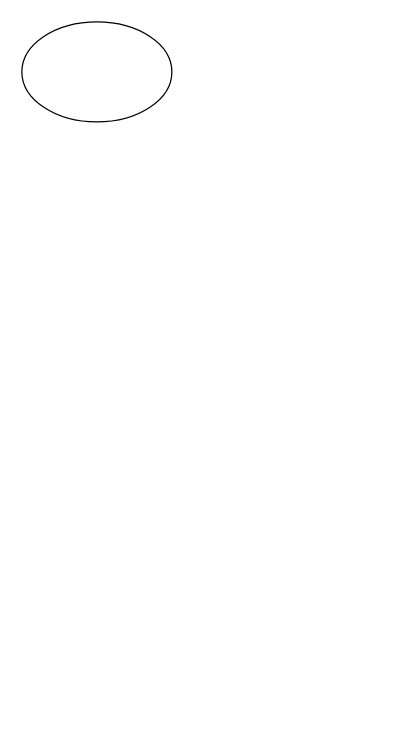
chenyuanqi/diagrams keeps this draw.io diagram as 未命名绘图.drawio. Above is the earlier version. Source tidied: cells renumbered, new cells numbered last; positions are measured from the earlier drawing's top-left corner, leaving out a move shared by most shapes. Both pictures are drawn from the tidied source at 125%, with x=0, y=0 at pixel (21, 21).
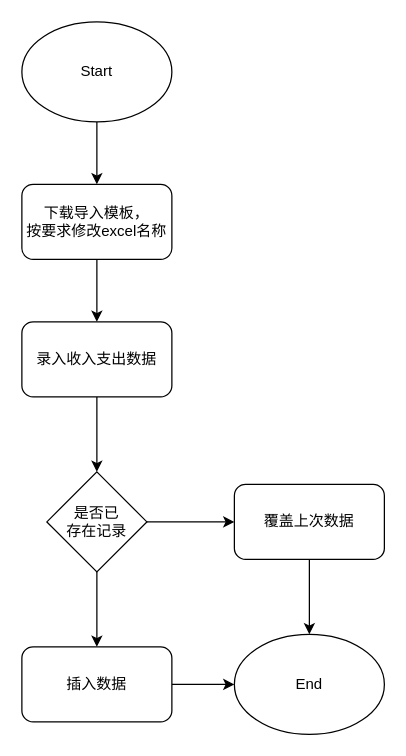
After the change.

The edit, as a diff of the source:
```diff
@@
 <mxGraphModel>
   <root>
     <mxCell id="0" />
     <mxCell id="1" parent="0" />
+    <mxCell id="3" style="edgeStyle=orthogonalEdgeStyle;rounded=0;jettySize=auto;html=1;exitX=0.5;exitY=1;exitDx=0;exitDy=0;" parent="1" edge="1" source="2" target="5">
+      <mxGeometry relative="1" as="geometry" />
+    </mxCell>
-    <mxCell id="2" style="ellipse;whiteSpace=wrap;html=1;" parent="1" vertex="1">
+    <mxCell id="2" value="Start" style="ellipse;whiteSpace=wrap;html=1;" parent="1" vertex="1">
       <mxGeometry width="120" height="80" as="geometry" />
     </mxCell>
+    <mxCell id="4" style="edgeStyle=orthogonalEdgeStyle;rounded=0;jettySize=auto;html=1;exitX=0.5;exitY=1;exitDx=0;exitDy=0;entryX=0.5;entryY=0;entryDx=0;entryDy=0;" parent="1" edge="1" source="5" target="7">
+      <mxGeometry relative="1" as="geometry" />
+    </mxCell>
+    <mxCell id="5" value="下载导入模板，&lt;br&gt;按要求修改excel名称" style="rounded=1;whiteSpace=wrap;html=1;" parent="1" vertex="1">
+      <mxGeometry y="130" width="120" height="60" as="geometry" />
+    </mxCell>
+    <mxCell id="6" style="edgeStyle=orthogonalEdgeStyle;rounded=0;jettySize=auto;html=1;exitX=0.5;exitY=1;exitDx=0;exitDy=0;entryX=0.5;entryY=0;entryDx=0;entryDy=0;" parent="1" edge="1" source="7" target="10">
+      <mxGeometry relative="1" as="geometry" />
+    </mxCell>
+    <mxCell id="7" value="录入收入支出数据" style="rounded=1;whiteSpace=wrap;html=1;" parent="1" vertex="1">
+      <mxGeometry y="240" width="120" height="60" as="geometry" />
+    </mxCell>
+    <mxCell id="8" style="edgeStyle=orthogonalEdgeStyle;rounded=0;jettySize=auto;html=1;exitX=0.5;exitY=1;exitDx=0;exitDy=0;entryX=0.5;entryY=0;entryDx=0;entryDy=0;" parent="1" edge="1" source="10" target="14">
+      <mxGeometry relative="1" as="geometry" />
+    </mxCell>
+    <mxCell id="9" style="edgeStyle=orthogonalEdgeStyle;rounded=0;jettySize=auto;html=1;exitX=1;exitY=0.5;exitDx=0;exitDy=0;" parent="1" edge="1" source="10" target="12">
+      <mxGeometry relative="1" as="geometry" />
+    </mxCell>
+    <mxCell id="10" value="是否已&lt;br&gt;存在记录" style="rhombus;whiteSpace=wrap;html=1;" parent="1" vertex="1">
+      <mxGeometry x="20" y="360" width="80" height="80" as="geometry" />
+    </mxCell>
+    <mxCell id="11" style="edgeStyle=orthogonalEdgeStyle;rounded=0;jettySize=auto;html=1;exitX=0.5;exitY=1;exitDx=0;exitDy=0;entryX=0.5;entryY=0;entryDx=0;entryDy=0;" parent="1" edge="1" source="12" target="15">
+      <mxGeometry relative="1" as="geometry" />
+    </mxCell>
+    <mxCell id="12" value="覆盖上次数据" style="rounded=1;whiteSpace=wrap;html=1;" parent="1" vertex="1">
+      <mxGeometry x="170" y="370" width="120" height="60" as="geometry" />
+    </mxCell>
+    <mxCell id="13" style="edgeStyle=orthogonalEdgeStyle;rounded=0;jettySize=auto;html=1;exitX=1;exitY=0.5;exitDx=0;exitDy=0;" parent="1" edge="1" source="14" target="15">
+      <mxGeometry relative="1" as="geometry" />
+    </mxCell>
+    <mxCell id="14" value="插入数据" style="rounded=1;whiteSpace=wrap;html=1;" parent="1" vertex="1">
+      <mxGeometry y="500" width="120" height="60" as="geometry" />
+    </mxCell>
+    <mxCell id="15" value="End" style="ellipse;whiteSpace=wrap;html=1;" parent="1" vertex="1">
+      <mxGeometry x="170" y="490" width="120" height="80" as="geometry" />
+    </mxCell>
   </root>
 </mxGraphModel>
```
